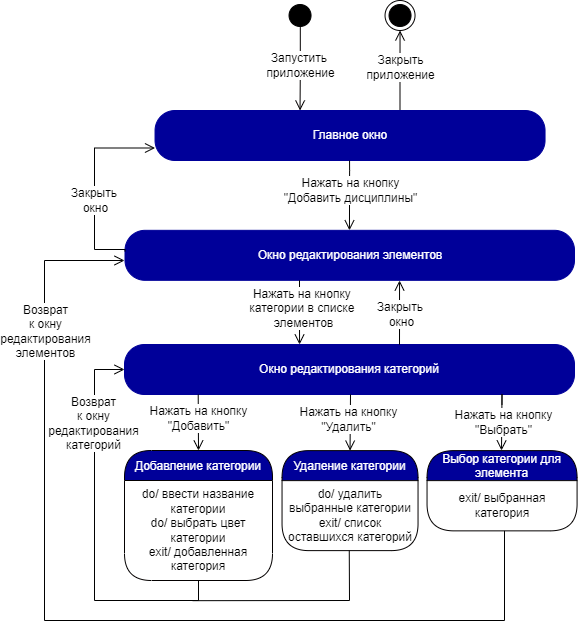
iCosmos76/Curriculum-Designer keeps this draw.io diagram as SM_Bloks/Edit_element/State_machine_edit_kategory.drawio.png. Above is the earlier version. Source tidied: cells renumbered, new cells last; positions are measured from the earlier drawing's top-left corner, leaving out a move shared by most shapes.
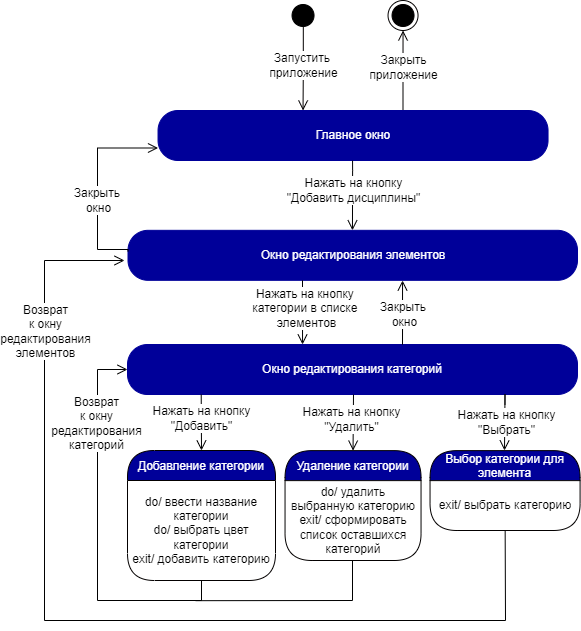
After the commit.

What changed in the source:
```diff
@@ -104,7 +104,7 @@
     <mxCell id="19" value="Добавление категории" style="swimlane;fontStyle=0;align=center;verticalAlign=middle;horizontal=1;startSize=30;fontColor=#FFFFFF;rounded=1;arcSize=30;strokeColor=#030000;fillColor=#000099;swimlaneFillColor=#FFFFFF;fontSize=12;" parent="1" vertex="1">
       <mxGeometry x="80" y="450" width="148" height="130" as="geometry" />
     </mxCell>
-    <mxCell id="20" value="do/ ввести название категории&lt;br&gt;do/ выбрать цвет категории&lt;br&gt;exit/ добавленная категория" style="text;html=1;strokeColor=none;fillColor=none;align=center;verticalAlign=middle;spacingLeft=4;spacingRight=4;whiteSpace=wrap;overflow=hidden;fontColor=#000000;fontSize=12;" parent="19" vertex="1">
+    <mxCell id="20" value="do/ ввести название категории&lt;br&gt;do/ выбрать цвет категории&lt;br&gt;exit/ добавить категорию" style="text;html=1;strokeColor=none;fillColor=none;align=center;verticalAlign=middle;spacingLeft=4;spacingRight=4;whiteSpace=wrap;overflow=hidden;fontColor=#000000;fontSize=12;" parent="19" vertex="1">
       <mxGeometry y="30" width="148" height="100" as="geometry" />
     </mxCell>
     <mxCell id="21" style="edgeStyle=orthogonalEdgeStyle;html=1;verticalAlign=bottom;endArrow=open;endSize=8;strokeColor=#000000;rounded=0;fontSize=10;entryX=0.5;entryY=0;entryDx=0;entryDy=0;" parent="1" edge="1" target="23">
@@ -122,27 +122,27 @@
       </mxGeometry>
     </mxCell>
     <mxCell id="23" value="Удаление категории" style="swimlane;fontStyle=0;align=center;verticalAlign=middle;horizontal=1;startSize=30;fontColor=#FFFFFF;rounded=1;arcSize=30;strokeColor=#030000;fillColor=#000099;swimlaneFillColor=#FFFFFF;fontSize=12;" parent="1" vertex="1">
-      <mxGeometry x="237.5" y="450.1" width="136" height="100" as="geometry" />
+      <mxGeometry x="237.5" y="450.1" width="136" height="109.9" as="geometry" />
     </mxCell>
-    <mxCell id="24" value="do/ удалить выбранные категории&lt;br&gt;exit/ список оставшихся категорий" style="text;html=1;strokeColor=none;fillColor=none;align=center;verticalAlign=middle;spacingLeft=4;spacingRight=4;whiteSpace=wrap;overflow=hidden;fontColor=#000000;fontSize=12;" parent="23" vertex="1">
-      <mxGeometry y="30" width="136" height="70" as="geometry" />
+    <mxCell id="24" value="do/ удалить выбранную категорию&lt;br&gt;exit/ сформировать список оставшихся категорий" style="text;html=1;strokeColor=none;fillColor=none;align=center;verticalAlign=middle;spacingLeft=4;spacingRight=4;whiteSpace=wrap;overflow=hidden;fontColor=#000000;fontSize=12;" parent="23" vertex="1">
+      <mxGeometry y="30" width="136" height="79.9" as="geometry" />
     </mxCell>
     <mxCell id="25" value="Выбор категории для&#10;элемента" style="swimlane;fontStyle=0;align=center;verticalAlign=middle;horizontal=1;startSize=30;fontColor=#FFFFFF;rounded=1;arcSize=30;strokeColor=#030000;fillColor=#000099;swimlaneFillColor=#FFFFFF;fontSize=12;" parent="1" vertex="1">
-      <mxGeometry x="382.5" y="450.1" width="150" height="80.2" as="geometry" />
+      <mxGeometry x="382.5" y="450.1" width="150" height="79.9" as="geometry" />
     </mxCell>
-    <mxCell id="26" value="exit/ выбранная категория" style="text;html=1;strokeColor=none;fillColor=none;align=center;verticalAlign=middle;spacingLeft=4;spacingRight=4;whiteSpace=wrap;overflow=hidden;fontColor=#000000;fontSize=12;" parent="25" vertex="1">
+    <mxCell id="26" value="exit/ выбрать категорию" style="text;html=1;strokeColor=none;fillColor=none;align=center;verticalAlign=middle;spacingLeft=4;spacingRight=4;whiteSpace=wrap;overflow=hidden;fontColor=#000000;fontSize=12;" parent="25" vertex="1">
       <mxGeometry y="30" width="150" height="50" as="geometry" />
     </mxCell>
     <mxCell id="27" value="exit/ список добавленных блоков" style="text;html=1;strokeColor=none;fillColor=none;align=center;verticalAlign=middle;spacingLeft=4;spacingRight=4;whiteSpace=wrap;overflow=hidden;fontColor=#000000;fontSize=12;" parent="25" vertex="1">
-      <mxGeometry y="80" width="150" height="0.2" as="geometry" />
+      <mxGeometry y="80" width="150" height="-0.1" as="geometry" />
     </mxCell>
     <mxCell id="28" style="edgeStyle=orthogonalEdgeStyle;html=1;verticalAlign=bottom;endArrow=open;endSize=8;strokeColor=#000000;rounded=0;fontSize=10;" parent="1" edge="1">
       <mxGeometry relative="1" as="geometry">
-        <mxPoint x="460" y="620" as="sourcePoint" />
-        <mxPoint x="80" y="260" as="targetPoint" />
+        <mxPoint x="458" y="620" as="sourcePoint" />
+        <mxPoint x="77" y="260" as="targetPoint" />
         <Array as="points">
-          <mxPoint y="620" />
-          <mxPoint y="260" />
+          <mxPoint x="-3" y="620" />
+          <mxPoint x="-3" y="260" />
         </Array>
       </mxGeometry>
     </mxCell>
@@ -182,13 +182,12 @@
     <mxCell id="34" style="endArrow=none;html=1;rounded=0;fontSize=12;" parent="1" edge="1">
       <mxGeometry relative="1" as="geometry">
         <mxPoint x="305" y="600" as="sourcePoint" />
-        <mxPoint x="304.8" y="550.1" as="targetPoint" />
+        <mxPoint x="305" y="560" as="targetPoint" />
       </mxGeometry>
     </mxCell>
-    <mxCell id="35" style="endArrow=none;html=1;rounded=0;fontSize=12;" parent="1" edge="1">
+    <mxCell id="35" style="endArrow=none;html=1;rounded=0;fontSize=12;" parent="1" edge="1" target="26">
       <mxGeometry relative="1" as="geometry">
-        <mxPoint x="460" y="620" as="sourcePoint" />
-        <mxPoint x="460" y="530.4" as="targetPoint" />
+        <mxPoint x="458" y="620" as="sourcePoint" />
       </mxGeometry>
     </mxCell>
     <mxCell id="36" style="endArrow=none;html=1;rounded=0;fontSize=12;" parent="1" edge="1">
```
